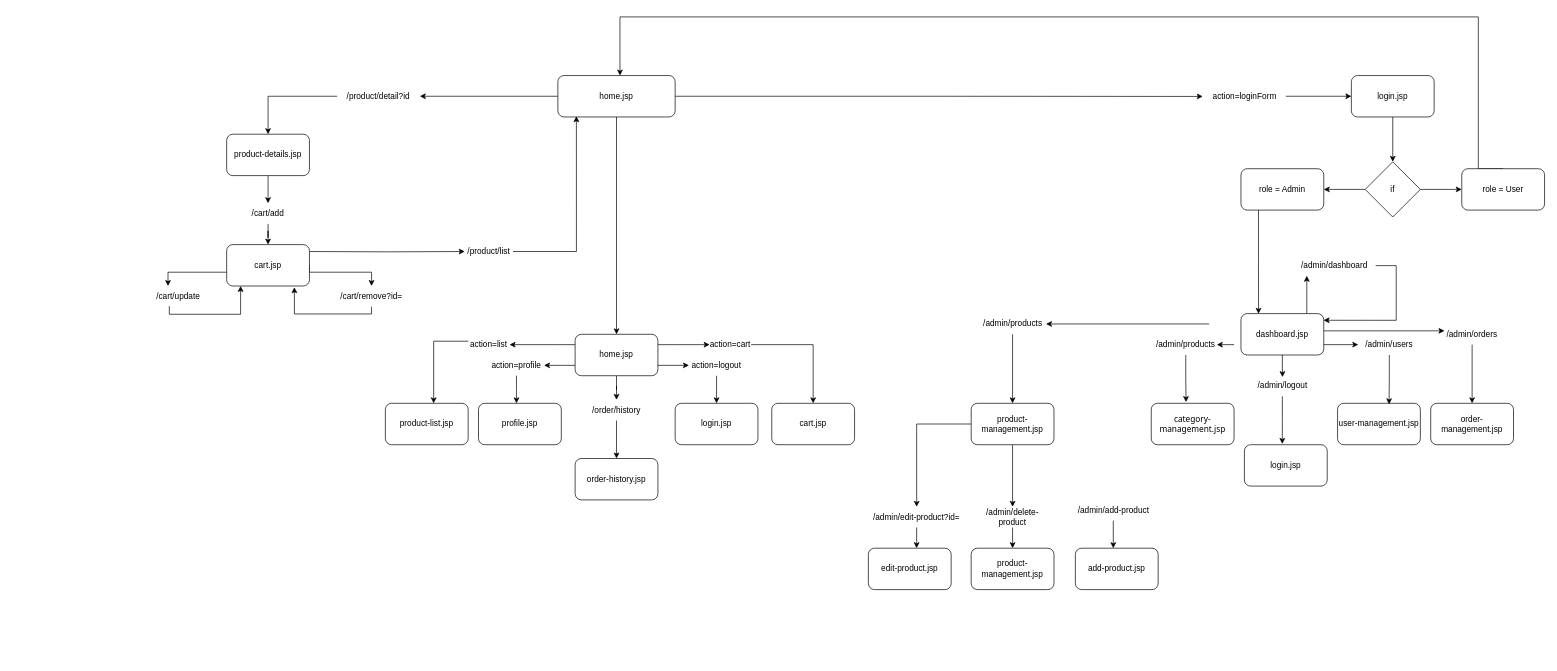
oggyne259/hehe keeps this draw.io diagram as Untitled Diagram.drawio. Above is the earlier version. Source tidied: cells renumbered, new cells numbered last; positions are measured from the earlier drawing's top-left corner, leaving out a move shared by most shapes. Both pictures are drawn from the tidied source at 69%, with x=0, y=0 at pixel (157, 17).
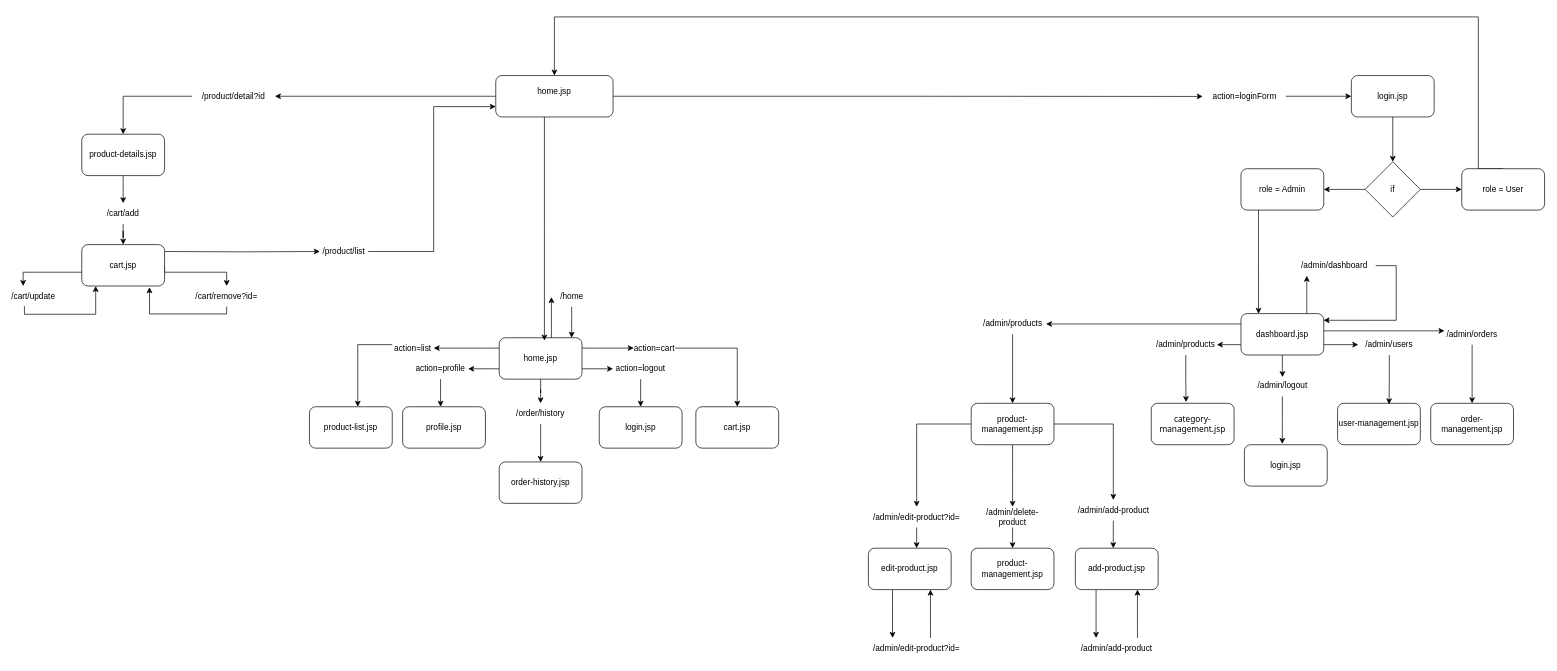
The same diagram, later.

The change refers to these unchanged cells:
```xml
<mxCell id="36" value="dashboard.jsp" style="rounded=1;whiteSpace=wrap;html=1;" parent="1" vertex="1">
  <mxGeometry x="1570" y="430" width="120" height="60" as="geometry" />
</mxCell>
<mxCell id="38" value="role = User" style="rounded=1;whiteSpace=wrap;html=1;" parent="1" vertex="1">
  <mxGeometry x="1890" y="220" width="120" height="60" as="geometry" />
</mxCell>
<mxCell id="61" value="/admin/products" style="text;html=1;align=center;verticalAlign=middle;whiteSpace=wrap;rounded=0;" parent="1" vertex="1">
  <mxGeometry x="1190.5" y="430" width="97" height="30" as="geometry" />
</mxCell>
<mxCell id="64" value="product-management.jsp" style="rounded=1;whiteSpace=wrap;html=1;" parent="1" vertex="1">
  <mxGeometry x="1179" y="560" width="120" height="60" as="geometry" />
</mxCell>
<mxCell id="65" value="/admin/products" style="text;html=1;align=center;verticalAlign=middle;whiteSpace=wrap;rounded=0;" parent="1" vertex="1">
  <mxGeometry x="1445" y="460" width="90" height="30" as="geometry" />
</mxCell>
<mxCell id="84" value="edit-product.jsp" style="rounded=1;whiteSpace=wrap;html=1;" parent="1" vertex="1">
  <mxGeometry x="1030" y="770" width="120" height="60" as="geometry" />
</mxCell>
<mxCell id="89" value="/admin/add-product" style="text;html=1;align=center;verticalAlign=middle;points=[];strokeColor=none;fillColor=none;" parent="1" vertex="1">
  <mxGeometry x="1320" y="700" width="130" height="30" as="geometry" />
</mxCell>
<mxCell id="90" value="add-product.jsp" style="rounded=1;whiteSpace=wrap;html=1;" parent="1" vertex="1">
  <mxGeometry x="1330" y="770" width="120" height="60" as="geometry" />
</mxCell>
```

Change to the diagram source:
```diff
@@
-    <mxCell id="4" style="edgeStyle=orthogonalEdgeStyle;rounded=0;jettySize=auto;html=1;entryX=0.5;entryY=0;entryDx=0;entryDy=0;" parent="1" edge="1" source="5" target="43">
-      <mxGeometry relative="1" as="geometry" />
-    </mxCell>
-    <mxCell id="5" style="rounded=1;whiteSpace=wrap;html=1;" parent="1" vertex="1">
-      <mxGeometry x="580" y="85" width="170" height="60" as="geometry" />
+    <mxCell id="5" value="home.jsp&lt;div&gt;&lt;br&gt;&lt;/div&gt;" style="rounded=1;whiteSpace=wrap;html=1;" parent="1" vertex="1">
+      <mxGeometry x="490" y="85" width="170" height="60" as="geometry" />
     </mxCell>
-    <mxCell id="6" value="home.jsp" style="text;html=1;align=center;verticalAlign=middle;whiteSpace=wrap;rounded=0;" parent="1" vertex="1">
-      <mxGeometry x="635" y="100" width="60" height="30" as="geometry" />
-    </mxCell>
@@
     <mxCell id="8" style="rounded=1;whiteSpace=wrap;html=1;" parent="1" vertex="1">
-      <mxGeometry x="100" y="170" width="120" height="60" as="geometry" />
+      <mxGeometry x="-110" y="170" width="120" height="60" as="geometry" />
     </mxCell>
     <mxCell id="9" value="product-details.jsp" style="text;html=1;align=center;verticalAlign=middle;whiteSpace=wrap;rounded=0;" parent="1" vertex="1">
-      <mxGeometry x="110" y="185" width="100" height="30" as="geometry" />
+      <mxGeometry x="-100" y="185" width="100" height="30" as="geometry" />
     </mxCell>
     <mxCell id="10" style="edgeStyle=orthogonalEdgeStyle;rounded=0;jettySize=auto;html=1;exitX=0;exitY=0.5;exitDx=0;exitDy=0;entryX=0.5;entryY=0;entryDx=0;entryDy=0;" parent="1" edge="1" source="11" target="8">
       <mxGeometry relative="1" as="geometry">
         <Array as="points">
-          <mxPoint x="160" y="115" />
+          <mxPoint x="-50" y="115" />
         </Array>
       </mxGeometry>
     </mxCell>
     <mxCell id="11" value="/product/detail?id" style="text;html=1;align=center;verticalAlign=middle;whiteSpace=wrap;rounded=0;" parent="1" vertex="1">
-      <mxGeometry x="260" y="100" width="120" height="30" as="geometry" />
+      <mxGeometry x="50" y="100" width="120" height="30" as="geometry" />
     </mxCell>
     <mxCell id="12" style="edgeStyle=orthogonalEdgeStyle;rounded=0;jettySize=auto;html=1;entryX=0.25;entryY=0;entryDx=0;entryDy=0;" parent="1" edge="1" source="15" target="20">
       <mxGeometry relative="1" as="geometry">
         <Array as="points">
-          <mxPoint x="15" y="370" />
+          <mxPoint x="-195" y="370" />
         </Array>
       </mxGeometry>
     </mxCell>
     <mxCell id="13" style="edgeStyle=orthogonalEdgeStyle;rounded=0;jettySize=auto;html=1;entryX=0.5;entryY=0;entryDx=0;entryDy=0;exitX=1;exitY=0.5;exitDx=0;exitDy=0;" parent="1" edge="1" source="15" target="22">
       <mxGeometry relative="1" as="geometry">
         <Array as="points">
-          <mxPoint x="220" y="370" />
-          <mxPoint x="310" y="370" />
+          <mxPoint x="10" y="370" />
+          <mxPoint x="100" y="370" />
         </Array>
       </mxGeometry>
     </mxCell>
     <mxCell id="14" style="edgeStyle=orthogonalEdgeStyle;rounded=0;jettySize=auto;html=1;entryX=0;entryY=0.5;entryDx=0;entryDy=0;" parent="1" edge="1" target="23">
       <mxGeometry relative="1" as="geometry">
-        <mxPoint x="220" y="340" as="sourcePoint" />
+        <mxPoint x="10" y="340" as="sourcePoint" />
       </mxGeometry>
     </mxCell>
     <mxCell id="15" style="whiteSpace=wrap;html=1;rounded=1;" parent="1" vertex="1">
-      <mxGeometry x="100" y="330" width="120" height="60" as="geometry" />
+      <mxGeometry x="-110" y="330" width="120" height="60" as="geometry" />
     </mxCell>
@@
     <mxCell id="17" value="/cart/add" style="text;html=1;align=center;verticalAlign=middle;whiteSpace=wrap;rounded=0;" parent="1" vertex="1">
-      <mxGeometry x="130" y="270" width="60" height="30" as="geometry" />
+      <mxGeometry x="-80" y="270" width="60" height="30" as="geometry" />
     </mxCell>
     <mxCell id="18" value="cart.jsp" style="text;html=1;align=center;verticalAlign=middle;whiteSpace=wrap;rounded=0;" parent="1" vertex="1">
-      <mxGeometry x="130" y="345" width="60" height="30" as="geometry" />
+      <mxGeometry x="-80" y="345" width="60" height="30" as="geometry" />
     </mxCell>
     <mxCell id="19" style="edgeStyle=orthogonalEdgeStyle;rounded=0;jettySize=auto;html=1;entryX=0.16;entryY=0.99;entryDx=0;entryDy=0;entryPerimeter=0;exitX=0.282;exitY=0.97;exitDx=0;exitDy=0;exitPerimeter=0;" parent="1" edge="1" source="20">
       <mxGeometry relative="1" as="geometry">
-        <mxPoint x="120.2" y="390" as="targetPoint" />
+        <mxPoint x="-89.8" y="390" as="targetPoint" />
         <Array as="points">
-          <mxPoint x="17" y="431" />
-          <mxPoint x="120" y="431" />
+          <mxPoint x="-193" y="431" />
+          <mxPoint x="-90" y="431" />
         </Array>
       </mxGeometry>
     </mxCell>
     <mxCell id="20" value="/cart/update" style="text;html=1;align=center;verticalAlign=middle;whiteSpace=wrap;rounded=0;" parent="1" vertex="1">
-      <mxGeometry y="390" width="60" height="30" as="geometry" />
+      <mxGeometry x="-210" y="390" width="60" height="30" as="geometry" />
     </mxCell>
     <mxCell id="21" style="edgeStyle=orthogonalEdgeStyle;rounded=0;jettySize=auto;html=1;entryX=0.818;entryY=1.03;entryDx=0;entryDy=0;entryPerimeter=0;exitX=0.5;exitY=1;exitDx=0;exitDy=0;" parent="1" edge="1" source="22" target="15">
       <mxGeometry relative="1" as="geometry">
         <Array as="points">
-          <mxPoint x="310" y="430.5" />
-          <mxPoint x="198" y="430.5" />
+          <mxPoint x="100" y="430.5" />
+          <mxPoint x="-12" y="430.5" />
         </Array>
       </mxGeometry>
     </mxCell>
     <mxCell id="22" value="/cart/remove?id=" style="text;html=1;align=center;verticalAlign=middle;whiteSpace=wrap;rounded=0;" parent="1" vertex="1">
-      <mxGeometry x="260" y="390" width="100" height="30" as="geometry" />
+      <mxGeometry x="50" y="390" width="100" height="30" as="geometry" />
     </mxCell>
     <mxCell id="23" value="/product/list" style="text;html=1;align=center;verticalAlign=middle;whiteSpace=wrap;rounded=0;" parent="1" vertex="1">
-      <mxGeometry x="445" y="320" width="70" height="40" as="geometry" />
+      <mxGeometry x="235" y="320" width="70" height="40" as="geometry" />
     </mxCell>
-    <mxCell id="24" style="edgeStyle=orthogonalEdgeStyle;rounded=0;jettySize=auto;html=1;entryX=0.158;entryY=0.983;entryDx=0;entryDy=0;entryPerimeter=0;" parent="1" edge="1" source="23" target="5">
-      <mxGeometry relative="1" as="geometry" />
+    <mxCell id="24" style="edgeStyle=orthogonalEdgeStyle;rounded=0;jettySize=auto;html=1;entryX=0;entryY=0.75;entryDx=0;entryDy=0;" parent="1" edge="1" source="23" target="5">
+      <mxGeometry relative="1" as="geometry">
+        <Array as="points">
+          <mxPoint x="400" y="340" />
+          <mxPoint x="400" y="130" />
+        </Array>
+      </mxGeometry>
     </mxCell>
@@
-    <mxCell id="33" style="edgeStyle=orthogonalEdgeStyle;rounded=0;jettySize=auto;html=1;entryX=1;entryY=0.5;entryDx=0;entryDy=0;" parent="1" edge="1" target="61">
-      <mxGeometry relative="1" as="geometry">
-        <mxPoint x="1524" y="445" as="sourcePoint" />
-        <Array as="points">
-          <mxPoint x="1489" y="445" />
-          <mxPoint x="1489" y="445" />
-        </Array>
-      </mxGeometry>
+    <mxCell id="33" style="edgeStyle=orthogonalEdgeStyle;rounded=0;jettySize=auto;html=1;entryX=1;entryY=0.5;entryDx=0;entryDy=0;exitX=0;exitY=0.25;exitDx=0;exitDy=0;" parent="1" edge="1" source="36" target="61">
+      <mxGeometry relative="1" as="geometry" />
     </mxCell>
-    <mxCell id="34" style="edgeStyle=orthogonalEdgeStyle;rounded=0;jettySize=auto;html=1;exitX=0;exitY=0.75;exitDx=0;exitDy=0;entryX=1;entryY=0.5;entryDx=0;entryDy=0;" parent="1" edge="1" target="65">
-      <mxGeometry relative="1" as="geometry">
-        <mxPoint x="1560" y="475" as="sourcePoint" />
-      </mxGeometry>
+    <mxCell id="34" style="edgeStyle=orthogonalEdgeStyle;rounded=0;jettySize=auto;html=1;exitX=0;exitY=0.75;exitDx=0;exitDy=0;entryX=1;entryY=0.5;entryDx=0;entryDy=0;" parent="1" edge="1" source="36" target="65">
+      <mxGeometry relative="1" as="geometry" />
     </mxCell>
@@
-    <mxCell id="37" style="edgeStyle=orthogonalEdgeStyle;rounded=0;jettySize=auto;html=1;entryX=0.5;entryY=0;entryDx=0;entryDy=0;exitX=0.5;exitY=0;exitDx=0;exitDy=0;" parent="1" edge="1" source="38">
+    <mxCell id="37" style="edgeStyle=orthogonalEdgeStyle;rounded=0;jettySize=auto;html=1;exitX=0.5;exitY=0;exitDx=0;exitDy=0;entryX=0.5;entryY=0;entryDx=0;entryDy=0;" parent="1" edge="1" source="38" target="5">
       <mxGeometry relative="1" as="geometry">
-        <mxPoint x="670" y="85" as="targetPoint" />
         <Array as="points">
+          <mxPoint x="1914" y="220" />
           <mxPoint x="1914" />
-          <mxPoint x="670" />
+          <mxPoint x="575" />
         </Array>
       </mxGeometry>
     </mxCell>
@@
     <mxCell id="39" style="edgeStyle=orthogonalEdgeStyle;rounded=0;jettySize=auto;html=1;" parent="1" edge="1" source="43" target="45">
       <mxGeometry relative="1" as="geometry">
         <Array as="points">
-          <mxPoint x="580" y="475" />
-          <mxPoint x="580" y="475" />
+          <mxPoint x="470" y="480" />
+          <mxPoint x="470" y="480" />
         </Array>
       </mxGeometry>
     </mxCell>
     <mxCell id="40" style="edgeStyle=orthogonalEdgeStyle;rounded=0;jettySize=auto;html=1;entryX=1;entryY=0.5;entryDx=0;entryDy=0;" parent="1" edge="1" source="43" target="48">
       <mxGeometry relative="1" as="geometry">
         <Array as="points">
-          <mxPoint x="590" y="505" />
-          <mxPoint x="590" y="505" />
+          <mxPoint x="480" y="510" />
+          <mxPoint x="480" y="510" />
         </Array>
       </mxGeometry>
     </mxCell>
     <mxCell id="41" style="edgeStyle=orthogonalEdgeStyle;rounded=0;jettySize=auto;html=1;" parent="1" edge="1" source="43" target="51">
       <mxGeometry relative="1" as="geometry">
         <Array as="points">
-          <mxPoint x="750" y="475" />
-          <mxPoint x="750" y="475" />
+          <mxPoint x="640" y="480" />
+          <mxPoint x="640" y="480" />
         </Array>
       </mxGeometry>
     </mxCell>
@@
     <mxCell id="43" value="home.jsp" style="rounded=1;whiteSpace=wrap;html=1;" parent="1" vertex="1">
-      <mxGeometry x="605" y="460" width="120" height="60" as="geometry" />
+      <mxGeometry x="495" y="465" width="120" height="60" as="geometry" />
     </mxCell>
     <mxCell id="44" style="edgeStyle=orthogonalEdgeStyle;rounded=0;jettySize=auto;html=1;" parent="1" edge="1" source="45" target="46">
       <mxGeometry relative="1" as="geometry">
         <Array as="points">
-          <mxPoint x="500" y="470" />
-          <mxPoint x="400" y="470" />
+          <mxPoint x="390" y="475" />
+          <mxPoint x="290" y="475" />
         </Array>
       </mxGeometry>
     </mxCell>
     <mxCell id="45" value="action=list" style="text;html=1;align=center;verticalAlign=middle;whiteSpace=wrap;rounded=0;" parent="1" vertex="1">
-      <mxGeometry x="450" y="460" width="60" height="30" as="geometry" />
+      <mxGeometry x="340" y="465" width="60" height="30" as="geometry" />
     </mxCell>
     <mxCell id="46" value="product-list.jsp" style="rounded=1;whiteSpace=wrap;html=1;" parent="1" vertex="1">
-      <mxGeometry x="330" y="560" width="120" height="60" as="geometry" />
+      <mxGeometry x="220" y="565" width="120" height="60" as="geometry" />
     </mxCell>
     <mxCell id="47" style="edgeStyle=orthogonalEdgeStyle;rounded=0;jettySize=auto;html=1;" parent="1" edge="1" source="48" target="49">
       <mxGeometry relative="1" as="geometry">
         <Array as="points">
-          <mxPoint x="520" y="540" />
-          <mxPoint x="520" y="540" />
+          <mxPoint x="410" y="545" />
+          <mxPoint x="410" y="545" />
         </Array>
       </mxGeometry>
     </mxCell>
     <mxCell id="48" value="action=profile" style="text;html=1;align=center;verticalAlign=middle;whiteSpace=wrap;rounded=0;" parent="1" vertex="1">
-      <mxGeometry x="480" y="490" width="80" height="30" as="geometry" />
+      <mxGeometry x="370" y="495" width="80" height="30" as="geometry" />
     </mxCell>
     <mxCell id="49" value="profile.jsp" style="rounded=1;whiteSpace=wrap;html=1;" parent="1" vertex="1">
-      <mxGeometry x="465" y="560" width="120" height="60" as="geometry" />
+      <mxGeometry x="355" y="565" width="120" height="60" as="geometry" />
     </mxCell>
@@
     <mxCell id="51" value="action=cart" style="text;html=1;align=center;verticalAlign=middle;whiteSpace=wrap;rounded=0;" parent="1" vertex="1">
-      <mxGeometry x="800" y="460" width="60" height="30" as="geometry" />
+      <mxGeometry x="690" y="465" width="60" height="30" as="geometry" />
     </mxCell>
     <mxCell id="52" value="cart.jsp" style="rounded=1;whiteSpace=wrap;html=1;" parent="1" vertex="1">
-      <mxGeometry x="890" y="560" width="120" height="60" as="geometry" />
+      <mxGeometry x="780" y="565" width="120" height="60" as="geometry" />
     </mxCell>
@@
     <mxCell id="54" value="login.jsp" style="rounded=1;whiteSpace=wrap;html=1;" parent="1" vertex="1">
-      <mxGeometry x="750" y="560" width="120" height="60" as="geometry" />
+      <mxGeometry x="640" y="565" width="120" height="60" as="geometry" />
     </mxCell>
@@
     <mxCell id="56" value="action=logout" style="text;html=1;align=center;verticalAlign=middle;whiteSpace=wrap;rounded=0;" parent="1" vertex="1">
-      <mxGeometry x="770" y="490" width="80" height="30" as="geometry" />
+      <mxGeometry x="660" y="495" width="80" height="30" as="geometry" />
     </mxCell>
@@
     <mxCell id="58" value="/order/history" style="text;html=1;align=center;verticalAlign=middle;whiteSpace=wrap;rounded=0;" parent="1" vertex="1">
-      <mxGeometry x="630" y="555" width="70" height="30" as="geometry" />
+      <mxGeometry x="520" y="560" width="70" height="30" as="geometry" />
     </mxCell>
     <mxCell id="59" value="order-history.jsp" style="rounded=1;whiteSpace=wrap;html=1;" parent="1" vertex="1">
-      <mxGeometry x="605" y="640" width="120" height="60" as="geometry" />
+      <mxGeometry x="495" y="645" width="120" height="60" as="geometry" />
     </mxCell>
@@
+    <mxCell id="92" style="edgeStyle=orthogonalEdgeStyle;rounded=0;jettySize=auto;html=1;" parent="1" edge="1" source="64" target="89">
+      <mxGeometry relative="1" as="geometry" />
+    </mxCell>
@@
+    <mxCell id="93" style="edgeStyle=orthogonalEdgeStyle;rounded=0;jettySize=auto;html=1;entryX=0.25;entryY=0;entryDx=0;entryDy=0;" parent="1" edge="1" source="84" target="98">
+      <mxGeometry relative="1" as="geometry">
+        <Array as="points">
+          <mxPoint x="1065" y="850" />
+          <mxPoint x="1065" y="850" />
+        </Array>
+      </mxGeometry>
+    </mxCell>
@@
+    <mxCell id="94" style="edgeStyle=orthogonalEdgeStyle;rounded=0;jettySize=auto;html=1;entryX=0.25;entryY=0;entryDx=0;entryDy=0;" parent="1" edge="1" source="90" target="96">
+      <mxGeometry relative="1" as="geometry">
+        <Array as="points">
+          <mxPoint x="1360" y="850" />
+          <mxPoint x="1360" y="850" />
+        </Array>
+      </mxGeometry>
+    </mxCell>
@@
+    <mxCell id="95" style="edgeStyle=orthogonalEdgeStyle;rounded=0;jettySize=auto;html=1;entryX=0.75;entryY=1;entryDx=0;entryDy=0;" parent="1" edge="1" source="96" target="90">
+      <mxGeometry relative="1" as="geometry">
+        <Array as="points">
+          <mxPoint x="1420" y="880" />
+          <mxPoint x="1420" y="880" />
+        </Array>
+      </mxGeometry>
+    </mxCell>
+    <mxCell id="96" value="/admin/add-product" style="text;html=1;align=center;verticalAlign=middle;whiteSpace=wrap;rounded=0;" parent="1" vertex="1">
+      <mxGeometry x="1330" y="900" width="120" height="30" as="geometry" />
+    </mxCell>
+    <mxCell id="97" style="edgeStyle=orthogonalEdgeStyle;rounded=0;jettySize=auto;html=1;entryX=0.75;entryY=1;entryDx=0;entryDy=0;" parent="1" edge="1" source="98" target="84">
+      <mxGeometry relative="1" as="geometry">
+        <Array as="points">
+          <mxPoint x="1120" y="880" />
+          <mxPoint x="1120" y="880" />
+        </Array>
+      </mxGeometry>
+    </mxCell>
+    <mxCell id="98" value="/admin/edit-product?id=" style="text;html=1;align=center;verticalAlign=middle;whiteSpace=wrap;rounded=0;" parent="1" vertex="1">
+      <mxGeometry x="1030" y="900" width="140" height="30" as="geometry" />
+    </mxCell>
+    <mxCell id="4" style="edgeStyle=orthogonalEdgeStyle;rounded=0;jettySize=auto;html=1;entryX=0.546;entryY=0.067;entryDx=0;entryDy=0;entryPerimeter=0;" parent="1" edge="1" source="5" target="43">
+      <mxGeometry relative="1" as="geometry">
+        <Array as="points">
+          <mxPoint x="560" y="305" />
+        </Array>
+      </mxGeometry>
+    </mxCell>
+    <mxCell id="99" style="edgeStyle=orthogonalEdgeStyle;rounded=0;jettySize=auto;html=1;" parent="1" edge="1" source="100" target="43">
+      <mxGeometry relative="1" as="geometry">
+        <Array as="points">
+          <mxPoint x="600" y="430" />
+          <mxPoint x="600" y="430" />
+        </Array>
+      </mxGeometry>
+    </mxCell>
+    <mxCell id="100" value="/home" style="text;html=1;align=center;verticalAlign=middle;points=[];strokeColor=none;fillColor=none;" parent="1" vertex="1">
+      <mxGeometry x="570" y="390" width="60" height="30" as="geometry" />
+    </mxCell>
+    <mxCell id="101" style="edgeStyle=orthogonalEdgeStyle;rounded=0;jettySize=auto;html=1;entryX=0.011;entryY=0.535;entryDx=0;entryDy=0;entryPerimeter=0;" parent="1" edge="1" source="43" target="100">
+      <mxGeometry relative="1" as="geometry">
+        <Array as="points">
+          <mxPoint x="570" y="406" />
+        </Array>
+      </mxGeometry>
+    </mxCell>
```
